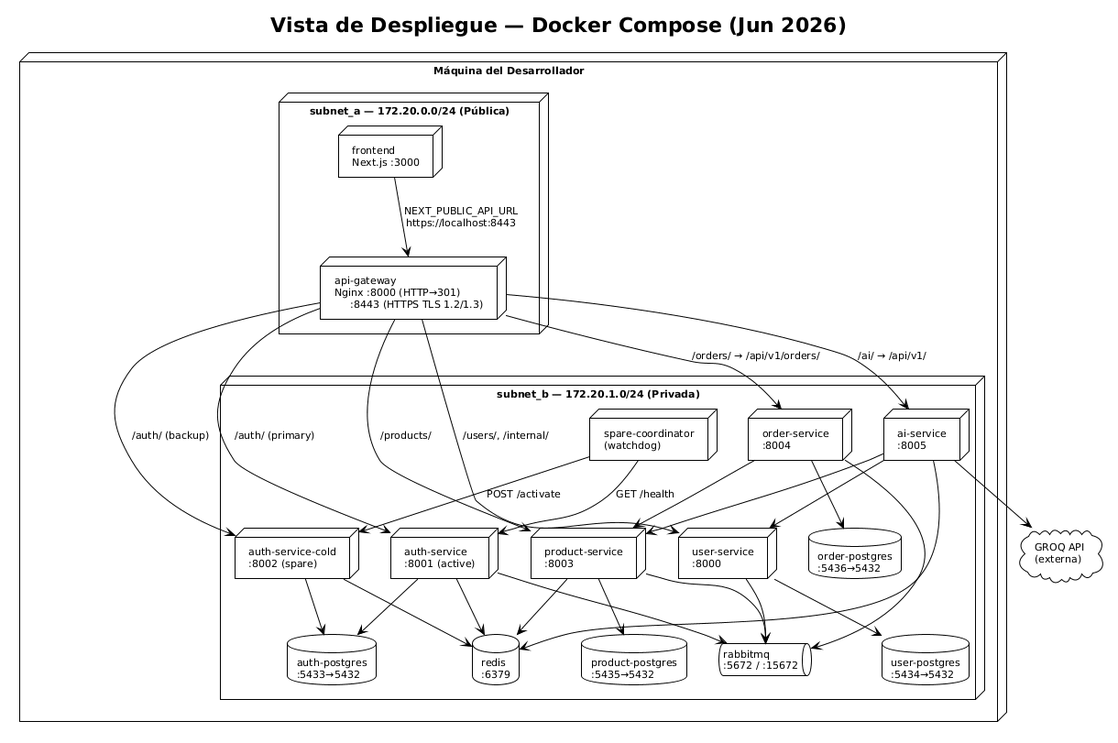
The PlantUML diagram docs/architecture/Deployment_Current.png in jpastor1649/ecommerce-project, before a commit.
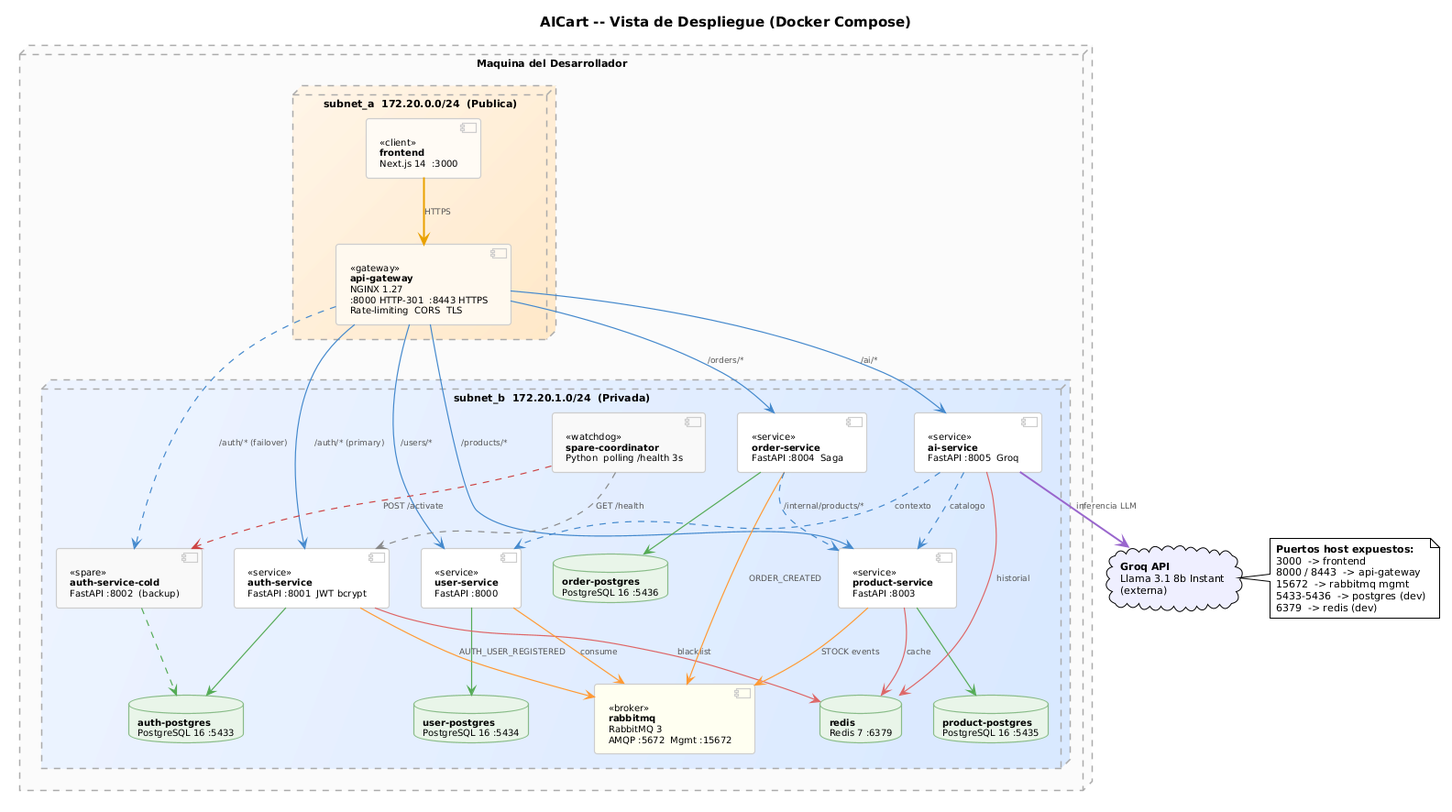
After the commit.

What changed in the source:
```diff
@@ -1,73 +1,106 @@
 @startuml
 !theme plain
+skinparam defaultFontSize 11
+skinparam defaultFontName Arial
 skinparam shadowing false
-skinparam defaultFontSize 11
-top to bottom direction
+skinparam backgroundColor #FFFFFF
+skinparam ArrowColor #999999
+skinparam ArrowThickness 1.2
+skinparam ArrowFontSize 9
+skinparam ArrowFontColor #555555
 
-title Vista de Despliegue — Docker Compose (Jun 2026)
+skinparam node {
+  BackgroundColor #FAFAFA
+  BorderColor #AAAAAA
+  BorderStyle dashed
+  BorderThickness 1.5
+  FontStyle bold
+  RoundCorner 10
+}
 
-node "Máquina del Desarrollador" {
+skinparam component {
+  BackgroundColor #FFFFFF
+  BorderColor #CCCCCC
+  BorderThickness 1.2
+  RoundCorner 6
+  FontSize 10
+}
 
-  node "subnet_a — 172.20.0.0/24 (Pública)" {
-    node "frontend\nNext.js :3000" as Frontend
-    node "api-gateway\nNginx :8000 (HTTP→301)\n     :8443 (HTTPS TLS 1.2/1.3)" as Gateway
+skinparam database {
+  BackgroundColor #E8F5E8
+  BorderColor #88BB88
+  BorderThickness 1.2
+  FontSize 10
+}
+
+title <size:15><b>AICart -- Vista de Despliegue (Docker Compose)</b></size>
+
+node "Maquina del Desarrollador" {
+
+  node "subnet_a  172.20.0.0/24  (Publica)" #FFF5E8/FFE8C8 {
+    component "<<client>>\n<b>frontend</b>\nNext.js 14  :3000" as FE #FFFAF5
+    component "<<gateway>>\n<b>api-gateway</b>\nNGINX 1.27\n:8000 HTTP-301  :8443 HTTPS\nRate-limiting  CORS  TLS" as GW #FFF8EE
   }
 
-  node "subnet_b — 172.20.1.0/24 (Privada)" {
-    node "auth-service\n:8001 (active)" as Auth
-    node "auth-service-cold\n:8002 (spare)" as AuthCold
-    node "spare-coordinator\n(watchdog)" as Coord
-
-    node "user-service\n:8000" as UserSvc
-    node "product-service\n:8003" as ProductSvc
-    node "order-service\n:8004" as OrderSvc
-    node "ai-service\n:8005" as AISvc
-
-    database "auth-postgres\n:5433→5432" as AuthDB
-    database "user-postgres\n:5434→5432" as UserDB
-    database "product-postgres\n:5435→5432" as ProductDB
-    database "order-postgres\n:5436→5432" as OrderDB
-
-    queue "rabbitmq\n:5672 / :15672" as MQ
-    database "redis\n:6379" as Redis
+  node "subnet_b  172.20.1.0/24  (Privada)" #EEF4FF/D8E8FF {
+    component "<<service>>\n<b>auth-service</b>\nFastAPI :8001  JWT bcrypt" as Auth #FFFFFF
+    component "<<spare>>\n<b>auth-service-cold</b>\nFastAPI :8002  (backup)" as AuthC #F8F8F8
+    component "<<watchdog>>\n<b>spare-coordinator</b>\nPython  polling /health 3s" as Coord #F8F8F8
+    component "<<service>>\n<b>user-service</b>\nFastAPI :8000" as User #FFFFFF
+    component "<<service>>\n<b>product-service</b>\nFastAPI :8003" as Prod #FFFFFF
+    component "<<service>>\n<b>order-service</b>\nFastAPI :8004  Saga" as Order #FFFFFF
+    component "<<service>>\n<b>ai-service</b>\nFastAPI :8005  Groq" as AI #FFFFFF
+    component "<<broker>>\n<b>rabbitmq</b>\nRabbitMQ 3\nAMQP :5672  Mgmt :15672" as MQ #FFFFF0
+    database "<b>auth-postgres</b>\nPostgreSQL 16 :5433" as ADB
+    database "<b>user-postgres</b>\nPostgreSQL 16 :5434" as UDB
+    database "<b>product-postgres</b>\nPostgreSQL 16 :5435" as PDB
+    database "<b>order-postgres</b>\nPostgreSQL 16 :5436" as ODB
+    database "<b>redis</b>\nRedis 7 :6379" as Redis
   }
 }
 
-cloud "GROQ API\n(externa)" as Groq
+cloud "<b>Groq API</b>\nLlama 3.1 8b Instant\n(externa)" as Groq #EEEEFF
 
-Frontend --> Gateway : NEXT_PUBLIC_API_URL\nhttps://localhost:8443
+note right of Groq
+  <b>Puertos host expuestos:</b>
+  3000  -> frontend
+  8000 / 8443  -> api-gateway
+  15672  -> rabbitmq mgmt
+  5433-5436  -> postgres (dev)
+  6379  -> redis (dev)
+end note
 
-Gateway --> Auth       : /auth/ (primary)
-Gateway --> AuthCold   : /auth/ (backup)
-Gateway --> UserSvc    : /users/, /internal/
-Gateway --> ProductSvc : /products/
-Gateway --> OrderSvc   : /orders/ → /api/v1/orders/
-Gateway --> AISvc      : /ai/ → /api/v1/
+FE    -[#E8A000,thickness=2]->   GW    : HTTPS
 
-Coord --> Auth     : GET /health
-Coord --> AuthCold : POST /activate
+GW    -[#4488CC]-> Auth  : /auth/* (primary)
+GW    -[#4488CC,dashed]->        AuthC : /auth/* (failover)
+GW    -[#4488CC]-> User  : /users/*
+GW    -[#4488CC]-> Prod  : /products/*
+GW    -[#4488CC]-> Order : /orders/*
+GW    -[#4488CC]-> AI    : /ai/*
 
-Auth --> AuthDB
-Auth --> Redis
-Auth --> MQ
+Coord -[#888888,dashed]->        Auth  : GET /health
+Coord -[#CC4444,dashed]->        AuthC : POST /activate
 
-AuthCold --> AuthDB
-AuthCold --> Redis
+Auth  -[#55AA55]->  ADB
+AuthC -[#55AA55,dashed]-> ADB
+User  -[#55AA55]->  UDB
+Prod  -[#55AA55]->  PDB
+Order -[#55AA55]->  ODB
 
-UserSvc --> UserDB
-UserSvc --> MQ
+Auth  -[#DD6666]->  Redis : blacklist
+Prod  -[#DD6666]->  Redis : cache
+AI    -[#DD6666]->  Redis : historial
 
-ProductSvc --> ProductDB
-ProductSvc --> Redis
-ProductSvc --> MQ
+Auth  -[#FF9933]->  MQ : AUTH_USER_REGISTERED
+User  -[#FF9933]->  MQ : consume
+Prod  -[#FF9933]->  MQ : STOCK events
+Order -[#FF9933]->  MQ : ORDER_CREATED
 
-OrderSvc --> OrderDB
-OrderSvc --> MQ
-OrderSvc --> ProductSvc
+Order -[#4488CC,dashed]->  Prod : /internal/products/*
+AI    -[#4488CC,dashed]->  User : contexto
+AI    -[#4488CC,dashed]->  Prod : catalogo
 
-AISvc --> Redis
-AISvc --> UserSvc
-AISvc --> ProductSvc
-AISvc --> Groq
+AI    -[#9966CC,thickness=2]->  Groq : inferencia LLM
 
 @enduml
```
